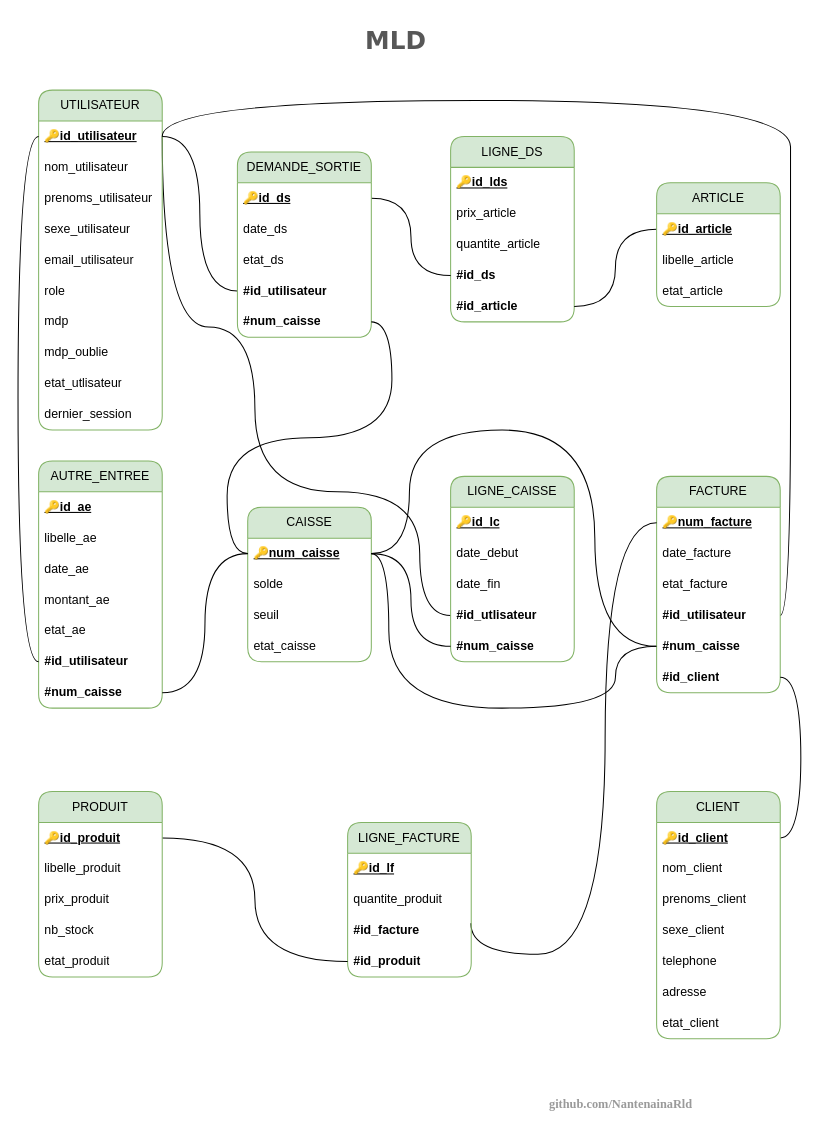
NantenainaRld/www-faktiora-mg keeps this draw.io diagram as page "Page-2" (3 of 5) of documents/flux_mcd_mld_mct_mot.drawio. Above is the earlier version. Source tidied: cells renumbered, new cells numbered last; positions are measured from the earlier drawing's top-left corner, leaving out a move shared by most shapes. Both pictures are drawn from the tidied source at 103%, with x=0, y=0 at pixel (38, 18).
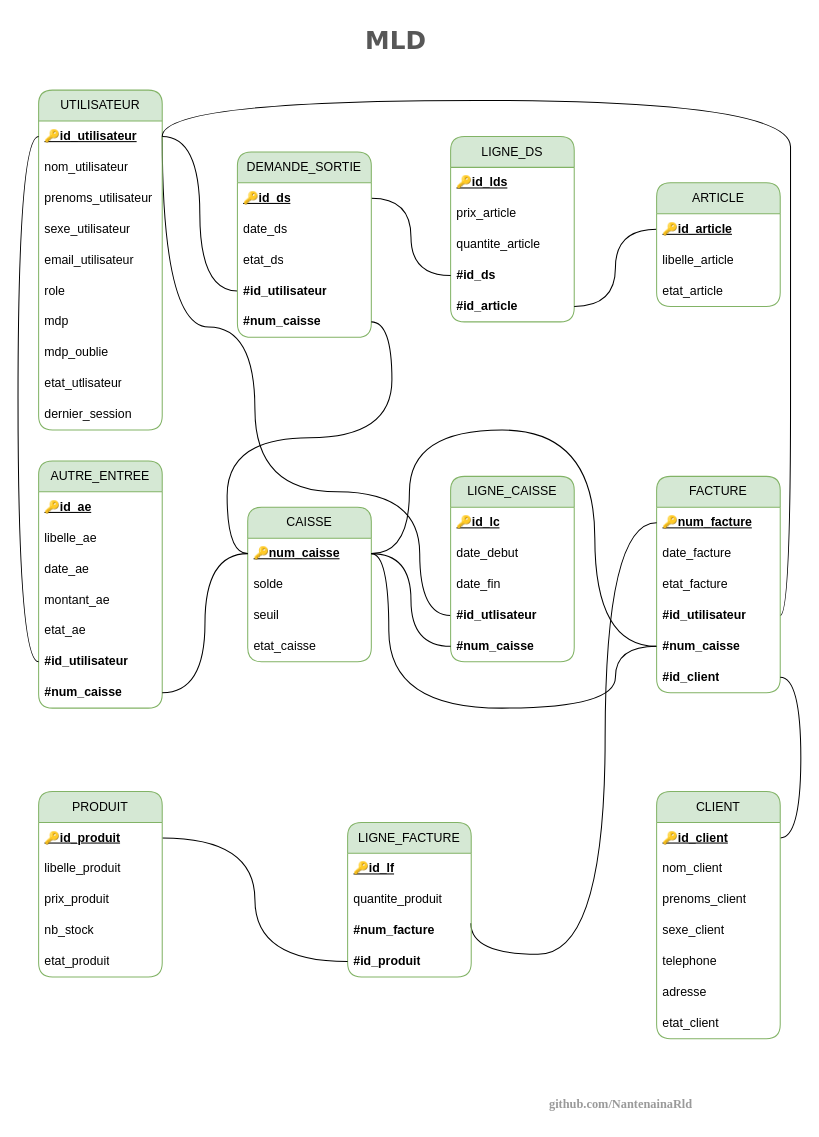
After the change.

Unchanged cells that the change refers to:
```xml
<mxCell id="59" value="LIGNE_FACTURE" style="swimlane;fontStyle=0;horizontal=1;startSize=30;whiteSpace=wrap;html=1;swimlaneFillColor=none;fillColor=#d5e8d4;strokeColor=#82b366;rounded=1;" parent="1" vertex="1">
  <mxGeometry x="300" y="781" width="120" height="150" as="geometry" />
</mxCell>
```

What changed in the source:
```diff
@@
-    <mxCell id="62" value="&lt;b&gt;#id_facture&lt;/b&gt;" style="text;strokeColor=none;fillColor=none;align=left;verticalAlign=middle;spacingLeft=4;spacingRight=4;overflow=hidden;points=[[0,0.5],[1,0.5]];portConstraint=eastwest;whiteSpace=wrap;html=1;rounded=1;" parent="59" vertex="1">
+    <mxCell id="62" value="&lt;b&gt;#num_facture&lt;/b&gt;" style="text;strokeColor=none;fillColor=none;align=left;verticalAlign=middle;spacingLeft=4;spacingRight=4;overflow=hidden;points=[[0,0.5],[1,0.5]];portConstraint=eastwest;whiteSpace=wrap;html=1;rounded=1;" parent="59" vertex="1">
       <mxGeometry y="90" width="120" height="30" as="geometry" />
     </mxCell>
```
